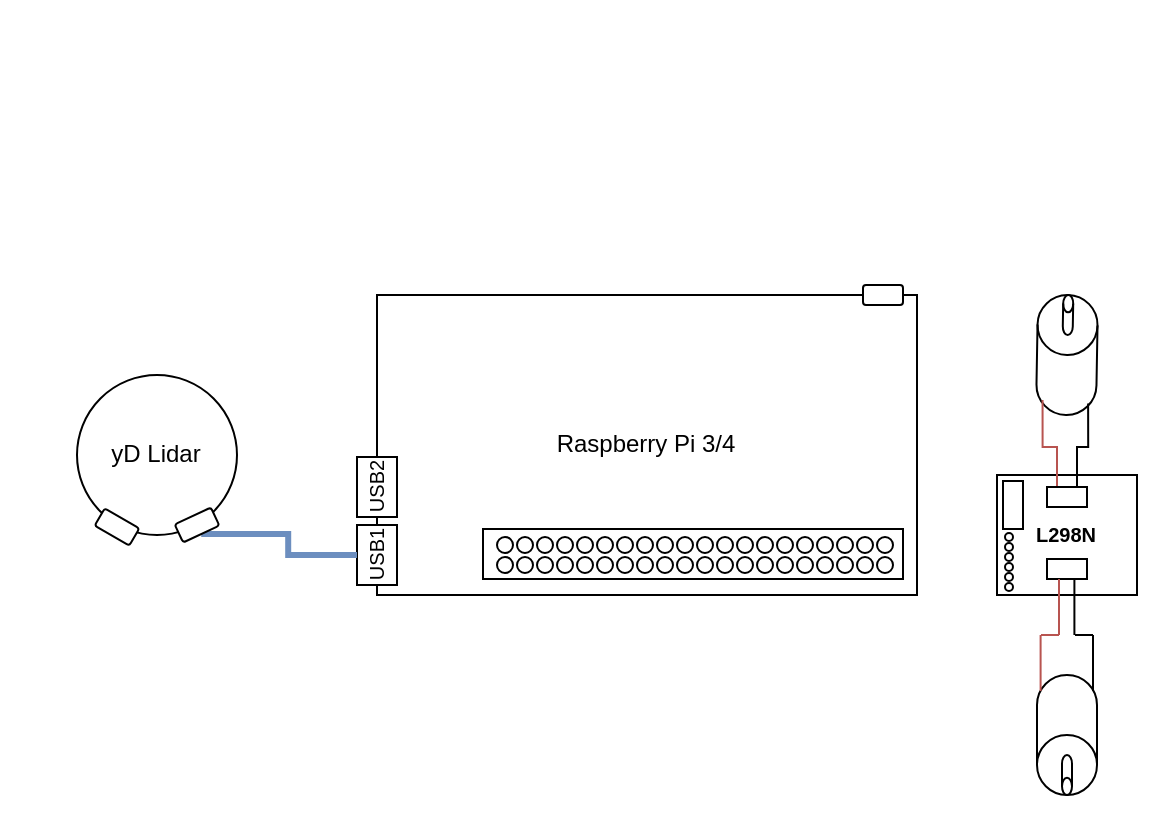
Earlier version of the draw.io diagram page "Hardware" (1 of 2) of architecture.drawio (Mickael-Roger/hoover). Source tidied: cells renumbered, new cells numbered last; positions are measured from the earlier drawing's top-left corner, leaving out a move shared by most shapes. Both pictures are drawn from the tidied source at 200%, with x=0, y=0 at pixel (76, 284).
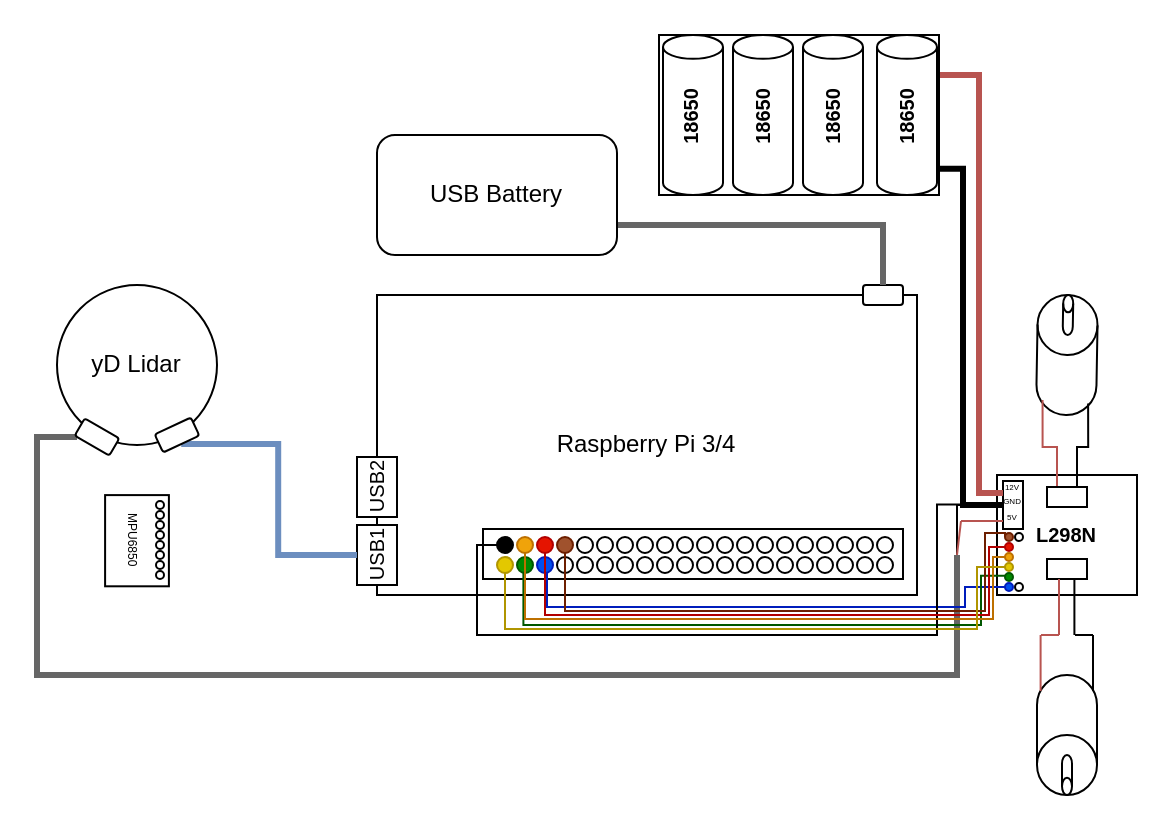
Above is the later version.

The change refers to these unchanged cells:
```xml
<mxCell id="3" value="&lt;b&gt;&lt;font style=&quot;font-size: 10px&quot;&gt;L298N&lt;/font&gt;&lt;/b&gt;" style="rounded=0;whiteSpace=wrap;html=1;" parent="1" vertex="1">
  <mxGeometry x="460" y="95" width="70" height="60" as="geometry" />
</mxCell>
<mxCell id="58" style="rounded=0;whiteSpace=wrap;html=1;rotation=-90;" parent="1" vertex="1">
  <mxGeometry x="456" y="105" width="24" height="10" as="geometry" />
</mxCell>
<mxCell id="65" style="rounded=1;whiteSpace=wrap;html=1;" parent="1" vertex="1">
  <mxGeometry x="393" width="20" height="10" as="geometry" />
</mxCell>
```

The edit, as a diff of the source:
```diff
@@
+    <mxCell id="75" style="edgeStyle=orthogonalEdgeStyle;rounded=0;jettySize=auto;html=1;exitX=0;exitY=0.5;exitDx=0;exitDy=0;endArrow=none;endFill=0;strokeWidth=3;fillColor=#f5f5f5;strokeColor=#666666;" parent="1" edge="1" source="3" target="66">
+      <mxGeometry relative="1" as="geometry">
+        <Array as="points">
+          <mxPoint x="440" y="125" />
+          <mxPoint x="440" y="195" />
+          <mxPoint x="-20" y="195" />
+          <mxPoint x="-20" y="76" />
+        </Array>
+      </mxGeometry>
+    </mxCell>
+    <mxCell id="76" style="rounded=0;whiteSpace=wrap;html=1;strokeColor=none;" parent="1" vertex="1">
+      <mxGeometry x="430" y="105" width="40" height="30" as="geometry" />
+    </mxCell>
@@
     <mxCell id="10" value="yD Lidar" style="ellipse;whiteSpace=wrap;html=1;" parent="1" vertex="1">
-      <mxGeometry y="45" width="80" height="80" as="geometry" />
+      <mxGeometry x="-10" width="80" height="80" as="geometry" />
     </mxCell>
@@
-    <mxCell id="46" style="ellipse;whiteSpace=wrap;html=1;" parent="1" vertex="1">
+    <mxCell id="46" style="ellipse;whiteSpace=wrap;html=1;fillColor=#a0522d;strokeColor=#6D1F00;fontColor=#ffffff;" parent="1" vertex="1">
       <mxGeometry x="240" y="126" width="8" height="8" as="geometry" />
     </mxCell>
@@
-    <mxCell id="48" style="ellipse;whiteSpace=wrap;html=1;" parent="1" vertex="1">
+    <mxCell id="48" style="ellipse;whiteSpace=wrap;html=1;fillColor=#e51400;strokeColor=#B20000;fontColor=#ffffff;" parent="1" vertex="1">
       <mxGeometry x="230" y="126" width="8" height="8" as="geometry" />
     </mxCell>
+    <mxCell id="77" style="edgeStyle=orthogonalEdgeStyle;rounded=0;jettySize=auto;html=1;exitX=0.5;exitY=1;exitDx=0;exitDy=0;entryX=0;entryY=0.5;entryDx=0;entryDy=0;endArrow=none;endFill=0;fillColor=#0050ef;strokeColor=#001DBC;" parent="1" edge="1" source="49" target="74">
+      <mxGeometry relative="1" as="geometry">
+        <Array as="points">
+          <mxPoint x="235" y="144" />
+          <mxPoint x="235" y="161" />
+          <mxPoint x="444" y="161" />
+          <mxPoint x="444" y="151" />
+        </Array>
+      </mxGeometry>
+    </mxCell>
-    <mxCell id="49" style="ellipse;whiteSpace=wrap;html=1;" parent="1" vertex="1">
+    <mxCell id="49" style="ellipse;whiteSpace=wrap;html=1;fillColor=#0050ef;strokeColor=#001DBC;fontColor=#ffffff;" parent="1" vertex="1">
       <mxGeometry x="230" y="136" width="8" height="8" as="geometry" />
     </mxCell>
-    <mxCell id="50" style="ellipse;whiteSpace=wrap;html=1;" parent="1" vertex="1">
+    <mxCell id="50" style="ellipse;whiteSpace=wrap;html=1;fillColor=#f0a30a;strokeColor=#BD7000;fontColor=#ffffff;" parent="1" vertex="1">
       <mxGeometry x="220" y="126" width="8" height="8" as="geometry" />
     </mxCell>
+    <mxCell id="78" style="edgeStyle=orthogonalEdgeStyle;rounded=0;jettySize=auto;html=1;exitX=0;exitY=1;exitDx=0;exitDy=0;entryX=0.471;entryY=0.354;entryDx=0;entryDy=0;endArrow=none;endFill=0;entryPerimeter=0;fillColor=#008a00;strokeColor=#005700;" parent="1" edge="1" target="73">
+      <mxGeometry relative="1" as="geometry">
+        <mxPoint x="223.2" y="137.8" as="sourcePoint" />
+        <Array as="points">
+          <mxPoint x="223" y="170" />
+          <mxPoint x="452" y="170" />
+          <mxPoint x="452" y="145" />
+          <mxPoint x="466" y="145" />
+        </Array>
+      </mxGeometry>
+    </mxCell>
-    <mxCell id="51" style="ellipse;whiteSpace=wrap;html=1;" parent="1" vertex="1">
+    <mxCell id="51" style="ellipse;whiteSpace=wrap;html=1;fillColor=#008a00;strokeColor=#005700;fontColor=#ffffff;" parent="1" vertex="1">
       <mxGeometry x="220" y="136" width="8" height="8" as="geometry" />
     </mxCell>
+    <mxCell id="79" style="edgeStyle=orthogonalEdgeStyle;rounded=0;jettySize=auto;html=1;exitX=0;exitY=0.5;exitDx=0;exitDy=0;endArrow=none;endFill=0;strokeWidth=1;entryX=-0.124;entryY=1.261;entryDx=0;entryDy=0;entryPerimeter=0;" parent="1" edge="1" source="52" target="100">
+      <mxGeometry relative="1" as="geometry">
+        <Array as="points">
+          <mxPoint x="200" y="130" />
+          <mxPoint x="200" y="175" />
+          <mxPoint x="430" y="175" />
+          <mxPoint x="430" y="110" />
+        </Array>
+      </mxGeometry>
+    </mxCell>
-    <mxCell id="52" style="ellipse;whiteSpace=wrap;html=1;" parent="1" vertex="1">
+    <mxCell id="52" style="ellipse;whiteSpace=wrap;html=1;fillColor=#000000;" parent="1" vertex="1">
       <mxGeometry x="210" y="126" width="8" height="8" as="geometry" />
     </mxCell>
-    <mxCell id="53" style="ellipse;whiteSpace=wrap;html=1;" parent="1" vertex="1">
+    <mxCell id="53" style="ellipse;whiteSpace=wrap;html=1;fillColor=#e3c800;strokeColor=#B09500;fontColor=#ffffff;" parent="1" vertex="1">
       <mxGeometry x="210" y="136" width="8" height="8" as="geometry" />
     </mxCell>
@@
     <mxCell id="66" style="rounded=1;whiteSpace=wrap;html=1;rotation=30;" parent="1" vertex="1">
-      <mxGeometry x="10" y="116" width="20" height="10" as="geometry" />
+      <mxGeometry y="71" width="20" height="10" as="geometry" />
     </mxCell>
@@
     <mxCell id="68" style="rounded=1;whiteSpace=wrap;html=1;rotation=-25;" parent="1" vertex="1">
-      <mxGeometry x="50" y="115" width="20" height="10" as="geometry" />
+      <mxGeometry x="40" y="70" width="20" height="10" as="geometry" />
     </mxCell>
+    <mxCell id="80" style="edgeStyle=orthogonalEdgeStyle;rounded=0;jumpSize=1;jettySize=auto;html=1;exitX=0;exitY=0.5;exitDx=0;exitDy=0;startArrow=none;startFill=0;endArrow=none;endFill=0;strokeWidth=1;fontSize=14;entryX=0.5;entryY=1;entryDx=0;entryDy=0;fillColor=#a0522d;strokeColor=#6D1F00;" parent="1" edge="1" source="69" target="46">
+      <mxGeometry relative="1" as="geometry">
+        <Array as="points">
+          <mxPoint x="464" y="124" />
+          <mxPoint x="454" y="124" />
+          <mxPoint x="454" y="163" />
+          <mxPoint x="244" y="163" />
+        </Array>
+      </mxGeometry>
+    </mxCell>
-    <mxCell id="69" style="ellipse;whiteSpace=wrap;html=1;" parent="1" vertex="1">
+    <mxCell id="69" style="ellipse;whiteSpace=wrap;html=1;fillColor=#a0522d;strokeColor=#6D1F00;fontColor=#ffffff;" parent="1" vertex="1">
       <mxGeometry x="464" y="124" width="4" height="4" as="geometry" />
     </mxCell>
+    <mxCell id="81" style="edgeStyle=orthogonalEdgeStyle;rounded=0;jumpSize=1;jettySize=auto;html=1;exitX=0;exitY=0.5;exitDx=0;exitDy=0;entryX=0.5;entryY=1;entryDx=0;entryDy=0;startArrow=none;startFill=0;endArrow=none;endFill=0;strokeWidth=1;fontSize=14;fillColor=#e51400;strokeColor=#B20000;" parent="1" edge="1" source="70" target="48">
+      <mxGeometry relative="1" as="geometry">
+        <Array as="points">
+          <mxPoint x="456" y="131" />
+          <mxPoint x="456" y="165" />
+          <mxPoint x="234" y="165" />
+        </Array>
+      </mxGeometry>
+    </mxCell>
-    <mxCell id="70" style="ellipse;whiteSpace=wrap;html=1;" parent="1" vertex="1">
+    <mxCell id="70" style="ellipse;whiteSpace=wrap;html=1;fillColor=#e51400;strokeColor=#B20000;fontColor=#ffffff;" parent="1" vertex="1">
       <mxGeometry x="464" y="129" width="4" height="4" as="geometry" />
     </mxCell>
+    <mxCell id="82" style="edgeStyle=orthogonalEdgeStyle;rounded=0;jettySize=auto;html=1;exitX=0;exitY=0.5;exitDx=0;exitDy=0;entryX=0.5;entryY=1;entryDx=0;entryDy=0;startArrow=none;startFill=0;endArrow=none;endFill=0;strokeWidth=1;fontSize=14;jumpSize=1;fillColor=#f0a30a;strokeColor=#BD7000;" parent="1" edge="1" source="71" target="50">
+      <mxGeometry relative="1" as="geometry">
+        <Array as="points">
+          <mxPoint x="458" y="136" />
+          <mxPoint x="458" y="167" />
+          <mxPoint x="224" y="167" />
+        </Array>
+      </mxGeometry>
+    </mxCell>
-    <mxCell id="71" style="ellipse;whiteSpace=wrap;html=1;" parent="1" vertex="1">
+    <mxCell id="71" style="ellipse;whiteSpace=wrap;html=1;fillColor=#f0a30a;strokeColor=#BD7000;fontColor=#ffffff;" parent="1" vertex="1">
       <mxGeometry x="464" y="134" width="4" height="4" as="geometry" />
     </mxCell>
+    <mxCell id="83" style="edgeStyle=orthogonalEdgeStyle;rounded=0;jettySize=auto;html=1;exitX=0;exitY=0.5;exitDx=0;exitDy=0;endArrow=none;endFill=0;entryX=0.5;entryY=1;entryDx=0;entryDy=0;fillColor=#e3c800;strokeColor=#B09500;" parent="1" edge="1" source="72" target="53">
+      <mxGeometry relative="1" as="geometry">
+        <Array as="points">
+          <mxPoint x="450" y="141" />
+          <mxPoint x="450" y="172" />
+          <mxPoint x="214" y="172" />
+        </Array>
+      </mxGeometry>
+    </mxCell>
-    <mxCell id="72" style="ellipse;whiteSpace=wrap;html=1;" parent="1" vertex="1">
+    <mxCell id="72" style="ellipse;whiteSpace=wrap;html=1;fillColor=#e3c800;strokeColor=#B09500;fontColor=#ffffff;" parent="1" vertex="1">
       <mxGeometry x="464" y="139" width="4" height="4" as="geometry" />
     </mxCell>
-    <mxCell id="73" style="ellipse;whiteSpace=wrap;html=1;" parent="1" vertex="1">
+    <mxCell id="73" style="ellipse;whiteSpace=wrap;html=1;fillColor=#008a00;strokeColor=#005700;fontColor=#ffffff;" parent="1" vertex="1">
       <mxGeometry x="464" y="144" width="4" height="4" as="geometry" />
     </mxCell>
-    <mxCell id="74" style="ellipse;whiteSpace=wrap;html=1;" parent="1" vertex="1">
+    <mxCell id="74" style="ellipse;whiteSpace=wrap;html=1;fillColor=#0050ef;strokeColor=#001DBC;fontColor=#ffffff;" parent="1" vertex="1">
       <mxGeometry x="464" y="149" width="4" height="4" as="geometry" />
     </mxCell>
+    <mxCell id="84" style="ellipse;whiteSpace=wrap;html=1;" parent="1" vertex="1">
+      <mxGeometry x="469" y="124" width="4" height="4" as="geometry" />
+    </mxCell>
+    <mxCell id="85" style="ellipse;whiteSpace=wrap;html=1;" parent="1" vertex="1">
+      <mxGeometry x="469" y="149" width="4" height="4" as="geometry" />
+    </mxCell>
+    <mxCell id="86" value="&lt;font style=&quot;font-size: 6px&quot;&gt;MPU6850&lt;/font&gt;" style="rounded=0;whiteSpace=wrap;html=1;rotation=90;" parent="1" vertex="1">
+      <mxGeometry x="7.2" y="111.9" width="45.6" height="31.9" as="geometry" />
+    </mxCell>
+    <mxCell id="87" style="ellipse;whiteSpace=wrap;html=1;" parent="1" vertex="1">
+      <mxGeometry x="39.5" y="108" width="4" height="4" as="geometry" />
+    </mxCell>
+    <mxCell id="88" style="ellipse;whiteSpace=wrap;html=1;" parent="1" vertex="1">
+      <mxGeometry x="39.5" y="113" width="4" height="4" as="geometry" />
+    </mxCell>
+    <mxCell id="89" style="ellipse;whiteSpace=wrap;html=1;" parent="1" vertex="1">
+      <mxGeometry x="39.5" y="118" width="4" height="4" as="geometry" />
+    </mxCell>
+    <mxCell id="90" style="ellipse;whiteSpace=wrap;html=1;" parent="1" vertex="1">
+      <mxGeometry x="39.5" y="123" width="4" height="4" as="geometry" />
+    </mxCell>
+    <mxCell id="91" style="ellipse;whiteSpace=wrap;html=1;" parent="1" vertex="1">
+      <mxGeometry x="39.5" y="128" width="4" height="4" as="geometry" />
+    </mxCell>
+    <mxCell id="92" style="ellipse;whiteSpace=wrap;html=1;" parent="1" vertex="1">
+      <mxGeometry x="39.5" y="133" width="4" height="4" as="geometry" />
+    </mxCell>
+    <mxCell id="93" style="ellipse;whiteSpace=wrap;html=1;" parent="1" vertex="1">
+      <mxGeometry x="39.5" y="138" width="4" height="4" as="geometry" />
+    </mxCell>
+    <mxCell id="94" style="ellipse;whiteSpace=wrap;html=1;" parent="1" vertex="1">
+      <mxGeometry x="39.5" y="143" width="4" height="4" as="geometry" />
+    </mxCell>
+    <mxCell id="95" style="endArrow=none;html=1;strokeWidth=1;entryX=0.5;entryY=0;entryDx=0;entryDy=0;exitX=0.25;exitY=0.167;exitDx=0;exitDy=0;exitPerimeter=0;" parent="1" edge="1" source="76" target="58">
+      <mxGeometry relative="1" as="geometry" />
+    </mxCell>
+    <mxCell id="96" style="endArrow=none;html=1;strokeWidth=1;exitX=0.25;exitY=1;exitDx=0;exitDy=0;" parent="1" edge="1" source="76">
+      <mxGeometry relative="1" as="geometry">
+        <mxPoint x="440" y="110" as="targetPoint" />
+      </mxGeometry>
+    </mxCell>
+    <mxCell id="97" style="endArrow=none;html=1;strokeWidth=1;entryX=0.5;entryY=0;entryDx=0;entryDy=0;fillColor=#f8cecc;strokeColor=#b85450;" parent="1" edge="1">
+      <mxGeometry relative="1" as="geometry">
+        <mxPoint x="442" y="118" as="sourcePoint" />
+        <mxPoint x="463" y="118" as="targetPoint" />
+      </mxGeometry>
+    </mxCell>
+    <mxCell id="98" style="endArrow=none;html=1;strokeWidth=1;exitX=0.25;exitY=1;exitDx=0;exitDy=0;fillColor=#f8cecc;strokeColor=#b85450;" parent="1" edge="1" source="76">
+      <mxGeometry relative="1" as="geometry">
+        <mxPoint x="442" y="118" as="targetPoint" />
+      </mxGeometry>
+    </mxCell>
+    <mxCell id="99" value="&lt;font style=&quot;font-size: 4px&quot;&gt;5V&lt;/font&gt;" style="text;html=1;strokeColor=none;fillColor=none;align=center;verticalAlign=middle;whiteSpace=wrap;rounded=0;" parent="1" vertex="1">
+      <mxGeometry x="465" y="111.9" width="6" height="5" as="geometry" />
+    </mxCell>
+    <mxCell id="100" value="&lt;font style=&quot;font-size: 4px&quot;&gt;GND&lt;/font&gt;" style="text;html=1;strokeColor=none;fillColor=none;align=center;verticalAlign=middle;whiteSpace=wrap;rounded=0;" parent="1" vertex="1">
+      <mxGeometry x="465" y="103.5" width="6" height="5" as="geometry" />
+    </mxCell>
+    <mxCell id="101" style="edgeStyle=orthogonalEdgeStyle;rounded=0;jettySize=auto;html=1;exitX=1;exitY=0.75;exitDx=0;exitDy=0;entryX=0.5;entryY=0;entryDx=0;entryDy=0;endArrow=none;endFill=0;strokeWidth=3;fillColor=#f5f5f5;strokeColor=#666666;" parent="1" edge="1" source="102" target="65">
+      <mxGeometry relative="1" as="geometry" />
+    </mxCell>
+    <mxCell id="102" value="USB Battery" style="rounded=1;whiteSpace=wrap;html=1;" parent="1" vertex="1">
+      <mxGeometry x="150" y="-75" width="120" height="60" as="geometry" />
+    </mxCell>
+    <mxCell id="103" style="edgeStyle=orthogonalEdgeStyle;rounded=0;jettySize=auto;html=1;exitX=1.037;exitY=0.836;exitDx=0;exitDy=0;entryX=0.5;entryY=0;entryDx=0;entryDy=0;endArrow=none;endFill=0;strokeWidth=3;exitPerimeter=0;" parent="1" edge="1" source="109" target="58">
+      <mxGeometry relative="1" as="geometry">
+        <Array as="points">
+          <mxPoint x="443" y="-58" />
+          <mxPoint x="443" y="110" />
+        </Array>
+      </mxGeometry>
+    </mxCell>
+    <mxCell id="104" style="edgeStyle=orthogonalEdgeStyle;rounded=0;jettySize=auto;html=1;exitX=1;exitY=0.25;exitDx=0;exitDy=0;entryX=0.75;entryY=0;entryDx=0;entryDy=0;endArrow=none;endFill=0;strokeWidth=3;fillColor=#f8cecc;strokeColor=#b85450;" parent="1" edge="1" source="105" target="58">
+      <mxGeometry relative="1" as="geometry">
+        <Array as="points">
+          <mxPoint x="451" y="-105" />
+          <mxPoint x="451" y="104" />
+        </Array>
+      </mxGeometry>
+    </mxCell>
+    <mxCell id="105" style="rounded=0;whiteSpace=wrap;html=1;" parent="1" vertex="1">
+      <mxGeometry x="291" y="-125" width="140" height="80" as="geometry" />
+    </mxCell>
+    <mxCell id="106" style="shape=cylinder2;whiteSpace=wrap;html=1;boundedLbl=1;backgroundOutline=1;size=5.9523809523808495;" parent="1" vertex="1">
+      <mxGeometry x="293" y="-125" width="30" height="80" as="geometry" />
+    </mxCell>
+    <mxCell id="107" style="shape=cylinder2;whiteSpace=wrap;html=1;boundedLbl=1;backgroundOutline=1;size=5.9523809523808495;" parent="1" vertex="1">
+      <mxGeometry x="328" y="-125" width="30" height="80" as="geometry" />
+    </mxCell>
+    <mxCell id="108" style="shape=cylinder2;whiteSpace=wrap;html=1;boundedLbl=1;backgroundOutline=1;size=5.9523809523808495;" parent="1" vertex="1">
+      <mxGeometry x="363" y="-125" width="30" height="80" as="geometry" />
+    </mxCell>
+    <mxCell id="109" style="shape=cylinder2;whiteSpace=wrap;html=1;boundedLbl=1;backgroundOutline=1;size=5.9523809523808495;" parent="1" vertex="1">
+      <mxGeometry x="400" y="-125" width="30" height="80" as="geometry" />
+    </mxCell>
+    <mxCell id="110" value="&lt;b&gt;&lt;font style=&quot;font-size: 10px&quot;&gt;18650&lt;/font&gt;&lt;/b&gt;" style="text;html=1;strokeColor=none;fillColor=none;align=center;verticalAlign=middle;whiteSpace=wrap;rounded=0;rotation=-90;" parent="1" vertex="1">
+      <mxGeometry x="287" y="-94" width="40" height="20" as="geometry" />
+    </mxCell>
+    <mxCell id="111" value="&lt;b&gt;&lt;font style=&quot;font-size: 10px&quot;&gt;18650&lt;/font&gt;&lt;/b&gt;" style="text;html=1;strokeColor=none;fillColor=none;align=center;verticalAlign=middle;whiteSpace=wrap;rounded=0;rotation=-90;" parent="1" vertex="1">
+      <mxGeometry x="323" y="-94" width="40" height="20" as="geometry" />
+    </mxCell>
+    <mxCell id="112" value="&lt;b&gt;&lt;font style=&quot;font-size: 10px&quot;&gt;18650&lt;/font&gt;&lt;/b&gt;" style="text;html=1;strokeColor=none;fillColor=none;align=center;verticalAlign=middle;whiteSpace=wrap;rounded=0;rotation=-90;" parent="1" vertex="1">
+      <mxGeometry x="358" y="-94" width="40" height="20" as="geometry" />
+    </mxCell>
+    <mxCell id="113" value="&lt;b&gt;&lt;font style=&quot;font-size: 10px&quot;&gt;18650&lt;/font&gt;&lt;/b&gt;" style="text;html=1;strokeColor=none;fillColor=none;align=center;verticalAlign=middle;whiteSpace=wrap;rounded=0;rotation=-90;" parent="1" vertex="1">
+      <mxGeometry x="395" y="-94" width="40" height="20" as="geometry" />
+    </mxCell>
+    <mxCell id="114" value="&lt;font style=&quot;font-size: 4px&quot;&gt;12V&lt;/font&gt;" style="text;html=1;strokeColor=none;fillColor=none;align=center;verticalAlign=middle;whiteSpace=wrap;rounded=0;" parent="1" vertex="1">
+      <mxGeometry x="465" y="96" width="6" height="5" as="geometry" />
+    </mxCell>
```
